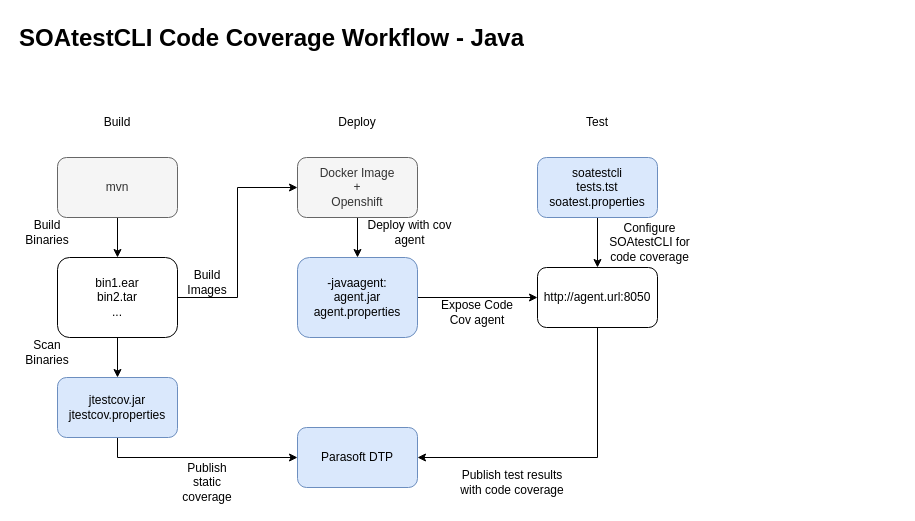
gtrofimov/draw-io-projects keeps this draw.io diagram as ccms.drawio. Above is the earlier version. Source tidied: cells renumbered, new cells numbered last; positions are measured from the earlier drawing's top-left corner, leaving out a move shared by most shapes. Both pictures are drawn from the tidied source at 100%, with x=0, y=0 at pixel (17, 17).
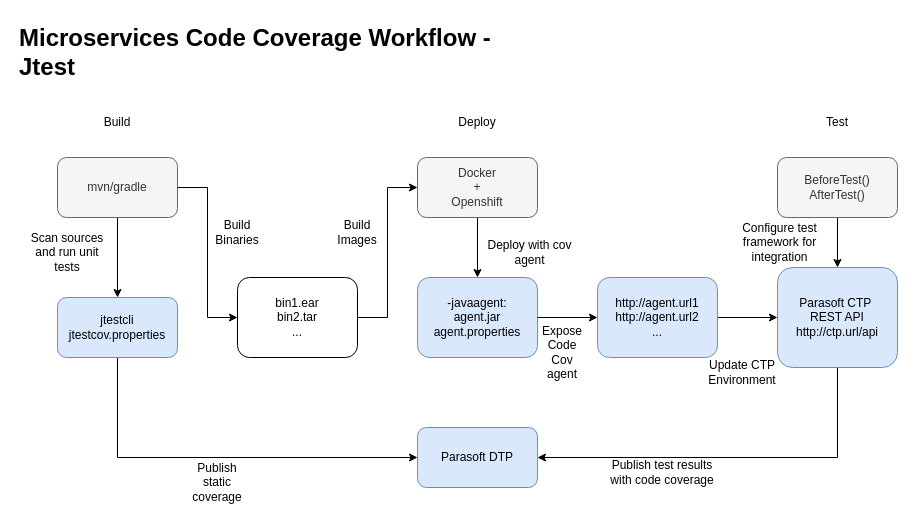
The same page after the edit.

Change to the diagram source:
```diff
@@
-    <mxCell id="3" style="edgeStyle=orthogonalEdgeStyle;rounded=0;jettySize=auto;html=1;" parent="1" edge="1" source="4" target="15">
-      <mxGeometry relative="1" as="geometry" />
-    </mxCell>
     <mxCell id="4" value="bin1.ear&lt;div&gt;bin2.tar&lt;/div&gt;&lt;div&gt;...&lt;/div&gt;" style="rounded=1;whiteSpace=wrap;html=1;" parent="1" vertex="1">
-      <mxGeometry x="40" y="240" width="120" height="80" as="geometry" />
+      <mxGeometry x="220" y="260" width="120" height="80" as="geometry" />
     </mxCell>
-    <mxCell id="5" style="edgeStyle=orthogonalEdgeStyle;rounded=0;jettySize=auto;html=1;" parent="1" edge="1" source="6" target="4">
-      <mxGeometry relative="1" as="geometry" />
-    </mxCell>
+    <mxCell id="30" style="edgeStyle=orthogonalEdgeStyle;rounded=0;jettySize=auto;html=1;" parent="1" edge="1" source="6" target="15">
+      <mxGeometry relative="1" as="geometry" />
+    </mxCell>
-    <mxCell id="6" value="mvn" style="rounded=1;whiteSpace=wrap;html=1;fillColor=#f5f5f5;fontColor=#333333;strokeColor=#666666;" parent="1" vertex="1">
+    <mxCell id="6" value="mvn/gradle" style="rounded=1;whiteSpace=wrap;html=1;fillColor=#f5f5f5;fontColor=#333333;strokeColor=#666666;" parent="1" vertex="1">
       <mxGeometry x="40" y="140" width="120" height="60" as="geometry" />
     </mxCell>
@@
-    <mxCell id="9" value="Docker Image&lt;div&gt;+&lt;br&gt;Openshift&lt;/div&gt;" style="rounded=1;whiteSpace=wrap;html=1;fillColor=#f5f5f5;fontColor=#333333;strokeColor=#666666;" parent="1" vertex="1">
-      <mxGeometry x="280" y="140" width="120" height="60" as="geometry" />
+    <mxCell id="9" value="Docker&lt;div&gt;+&lt;br&gt;Openshift&lt;/div&gt;" style="rounded=1;whiteSpace=wrap;html=1;fillColor=#f5f5f5;fontColor=#333333;strokeColor=#666666;" parent="1" vertex="1">
+      <mxGeometry x="400" y="140" width="120" height="60" as="geometry" />
     </mxCell>
@@
-    <mxCell id="11" value="soatestcli&lt;div&gt;tests.tst&lt;br&gt;&lt;div&gt;soatest.properties&lt;/div&gt;&lt;/div&gt;" style="rounded=1;whiteSpace=wrap;html=1;fillColor=#dae8fc;strokeColor=#6c8ebf;" parent="1" vertex="1">
-      <mxGeometry x="520" y="140" width="120" height="60" as="geometry" />
+    <mxCell id="11" value="BeforeTest()&lt;div&gt;AfterTest()&lt;/div&gt;" style="rounded=1;whiteSpace=wrap;html=1;fillColor=#f5f5f5;strokeColor=#666666;fontColor=#333333;" parent="1" vertex="1">
+      <mxGeometry x="760" y="140" width="120" height="60" as="geometry" />
     </mxCell>
     <mxCell id="12" value="Deploy" style="text;html=1;align=center;verticalAlign=middle;whiteSpace=wrap;rounded=0;" parent="1" vertex="1">
-      <mxGeometry x="310" y="90" width="60" height="30" as="geometry" />
+      <mxGeometry x="430" y="90" width="60" height="30" as="geometry" />
     </mxCell>
     <mxCell id="13" value="Test" style="text;html=1;align=center;verticalAlign=middle;whiteSpace=wrap;rounded=0;" parent="1" vertex="1">
-      <mxGeometry x="550" y="90" width="60" height="30" as="geometry" />
+      <mxGeometry x="790" y="90" width="60" height="30" as="geometry" />
     </mxCell>
@@
+    <mxCell id="5" style="edgeStyle=orthogonalEdgeStyle;rounded=0;jettySize=auto;html=1;entryX=0;entryY=0.5;entryDx=0;entryDy=0;exitX=1;exitY=0.5;exitDx=0;exitDy=0;" parent="1" edge="1" source="6" target="4">
+      <mxGeometry relative="1" as="geometry" />
+    </mxCell>
-    <mxCell id="15" value="jtestcov.jar&lt;div&gt;jtestcov.properties&lt;/div&gt;" style="rounded=1;whiteSpace=wrap;html=1;fillColor=#dae8fc;strokeColor=#6c8ebf;" parent="1" vertex="1">
-      <mxGeometry x="40" y="360" width="120" height="60" as="geometry" />
+    <mxCell id="15" value="&lt;div&gt;jtestcli&lt;/div&gt;&lt;div&gt;jtestcov.properties&lt;/div&gt;" style="rounded=1;whiteSpace=wrap;html=1;fillColor=#dae8fc;strokeColor=#6c8ebf;" parent="1" vertex="1">
+      <mxGeometry x="40" y="280" width="120" height="60" as="geometry" />
     </mxCell>
-    <mxCell id="16" style="edgeStyle=orthogonalEdgeStyle;rounded=0;jettySize=auto;html=1;entryX=0;entryY=0.5;entryDx=0;entryDy=0;" parent="1" edge="1" source="17" target="19">
+    <mxCell id="16" style="edgeStyle=orthogonalEdgeStyle;rounded=0;jettySize=auto;html=1;entryX=0;entryY=0.5;entryDx=0;entryDy=0;" parent="1" edge="1" source="32" target="19">
       <mxGeometry relative="1" as="geometry" />
     </mxCell>
     <mxCell id="17" value="-javaagent:&lt;div&gt;agent.jar&lt;div&gt;agent.properties&lt;/div&gt;&lt;/div&gt;" style="rounded=1;whiteSpace=wrap;html=1;fillColor=#dae8fc;strokeColor=#6c8ebf;" parent="1" vertex="1">
-      <mxGeometry x="280" y="240" width="120" height="80" as="geometry" />
+      <mxGeometry x="400" y="260" width="120" height="80" as="geometry" />
     </mxCell>
-    <mxCell id="18" style="edgeStyle=orthogonalEdgeStyle;rounded=0;jettySize=auto;html=1;entryX=1;entryY=0.5;entryDx=0;entryDy=0;" parent="1" edge="1" source="19" target="20">
+    <mxCell id="18" style="edgeStyle=orthogonalEdgeStyle;rounded=0;jettySize=auto;html=1;entryX=1;entryY=0.5;entryDx=0;entryDy=0;exitX=0.5;exitY=1;exitDx=0;exitDy=0;" parent="1" edge="1" source="19" target="20">
       <mxGeometry relative="1" as="geometry">
         <Array as="points">
-          <mxPoint x="580" y="440" />
+          <mxPoint x="820" y="440" />
         </Array>
       </mxGeometry>
     </mxCell>
-    <mxCell id="19" value="http://agent.url:8050" style="rounded=1;whiteSpace=wrap;html=1;" parent="1" vertex="1">
-      <mxGeometry x="520" y="250" width="120" height="60" as="geometry" />
+    <mxCell id="19" value="&lt;div&gt;Parasoft CTP&amp;nbsp;&lt;/div&gt;&lt;div&gt;REST API&lt;/div&gt;http://ctp.url/api" style="rounded=1;whiteSpace=wrap;html=1;fillColor=#dae8fc;strokeColor=#6c8ebf;" parent="1" vertex="1">
+      <mxGeometry x="760" y="250" width="120" height="100" as="geometry" />
     </mxCell>
     <mxCell id="20" value="Parasoft DTP" style="rounded=1;whiteSpace=wrap;html=1;fillColor=#dae8fc;strokeColor=#6c8ebf;" parent="1" vertex="1">
-      <mxGeometry x="280" y="410" width="120" height="60" as="geometry" />
+      <mxGeometry x="400" y="410" width="120" height="60" as="geometry" />
     </mxCell>
     <mxCell id="21" value="Publish test results with code coverage" style="text;html=1;align=center;verticalAlign=middle;whiteSpace=wrap;rounded=0;" parent="1" vertex="1">
-      <mxGeometry x="440" y="450" width="110" height="30" as="geometry" />
+      <mxGeometry x="590" y="440" width="110" height="30" as="geometry" />
     </mxCell>
     <mxCell id="22" value="Build Binaries" style="text;html=1;align=center;verticalAlign=middle;whiteSpace=wrap;rounded=0;" parent="1" vertex="1">
-      <mxGeometry y="200" width="60" height="30" as="geometry" />
+      <mxGeometry x="190" y="200" width="60" height="30" as="geometry" />
     </mxCell>
-    <mxCell id="23" value="Scan&lt;div&gt;Binaries&lt;/div&gt;" style="text;html=1;align=center;verticalAlign=middle;whiteSpace=wrap;rounded=0;" parent="1" vertex="1">
-      <mxGeometry y="320" width="60" height="30" as="geometry" />
+    <mxCell id="23" value="Scan&amp;nbsp;&lt;span style=&quot;background-color: initial;&quot;&gt;sources and run unit tests&lt;/span&gt;" style="text;html=1;align=center;verticalAlign=middle;whiteSpace=wrap;rounded=0;" parent="1" vertex="1">
+      <mxGeometry x="10" y="220" width="80" height="30" as="geometry" />
     </mxCell>
     <mxCell id="24" value="Publish static coverage" style="text;html=1;align=center;verticalAlign=middle;whiteSpace=wrap;rounded=0;" parent="1" vertex="1">
-      <mxGeometry x="160" y="450" width="60" height="30" as="geometry" />
+      <mxGeometry x="170" y="450" width="60" height="30" as="geometry" />
     </mxCell>
-    <mxCell id="25" value="Build Images" style="text;html=1;align=center;verticalAlign=middle;whiteSpace=wrap;rounded=0;" parent="1" vertex="1">
-      <mxGeometry x="160" y="250" width="60" height="30" as="geometry" />
-    </mxCell>
     <mxCell id="26" value="Deploy with cov agent" style="text;html=1;align=center;verticalAlign=middle;whiteSpace=wrap;rounded=0;" parent="1" vertex="1">
-      <mxGeometry x="340" y="200" width="105" height="30" as="geometry" />
+      <mxGeometry x="460" y="220" width="105" height="30" as="geometry" />
     </mxCell>
-    <mxCell id="27" value="Configure SOAtestCLI for code coverage" style="text;html=1;align=center;verticalAlign=middle;whiteSpace=wrap;rounded=0;" parent="1" vertex="1">
-      <mxGeometry x="580" y="210" width="105" height="30" as="geometry" />
+    <mxCell id="27" value="Configure test framework for integration" style="text;html=1;align=center;verticalAlign=middle;whiteSpace=wrap;rounded=0;" parent="1" vertex="1">
+      <mxGeometry x="710" y="210" width="105" height="30" as="geometry" />
     </mxCell>
     <mxCell id="28" value="Expose Code Cov agent" style="text;html=1;align=center;verticalAlign=middle;whiteSpace=wrap;rounded=0;" parent="1" vertex="1">
-      <mxGeometry x="420" y="280" width="80" height="30" as="geometry" />
+      <mxGeometry x="520" y="320" width="50" height="30" as="geometry" />
     </mxCell>
-    <mxCell id="29" value="&lt;h1 style=&quot;margin-top: 0px;&quot;&gt;SOAtestCLI Code Coverage Workflow - Java&lt;/h1&gt;" style="text;html=1;whiteSpace=wrap;overflow=hidden;rounded=0;" parent="1" vertex="1">
+    <mxCell id="29" value="&lt;h1 style=&quot;margin-top: 0px;&quot;&gt;Microservices Code Coverage Workflow - Jtest&lt;/h1&gt;" style="text;html=1;whiteSpace=wrap;overflow=hidden;rounded=0;" parent="1" vertex="1">
       <mxGeometry width="530" height="120" as="geometry" />
     </mxCell>
+    <mxCell id="25" value="Build Images" style="text;html=1;align=center;verticalAlign=middle;whiteSpace=wrap;rounded=0;" parent="1" vertex="1">
+      <mxGeometry x="310" y="200" width="60" height="30" as="geometry" />
+    </mxCell>
+    <mxCell id="31" style="edgeStyle=orthogonalEdgeStyle;rounded=0;jettySize=auto;html=1;entryX=0;entryY=0.5;entryDx=0;entryDy=0;" parent="1" edge="1" source="17" target="32">
+      <mxGeometry relative="1" as="geometry" />
+    </mxCell>
+    <mxCell id="32" value="http://agent.url1&lt;div&gt;http://agent.url2&lt;/div&gt;&lt;div&gt;...&lt;/div&gt;" style="rounded=1;whiteSpace=wrap;html=1;align=center;fillColor=#dae8fc;strokeColor=#6c8ebf;" parent="1" vertex="1">
+      <mxGeometry x="580" y="260" width="120" height="80" as="geometry" />
+    </mxCell>
+    <mxCell id="33" value="Update CTP Environment" style="text;html=1;align=center;verticalAlign=middle;whiteSpace=wrap;rounded=0;" parent="1" vertex="1">
+      <mxGeometry x="700" y="340" width="50" height="30" as="geometry" />
+    </mxCell>
+    <mxCell id="34" style="edgeStyle=orthogonalEdgeStyle;rounded=0;orthogonalLoop=1;jettySize=auto;html=1;exitX=0.5;exitY=1;exitDx=0;exitDy=0;" parent="1" edge="1" source="22" target="22">
+      <mxGeometry relative="1" as="geometry" />
+    </mxCell>
```
